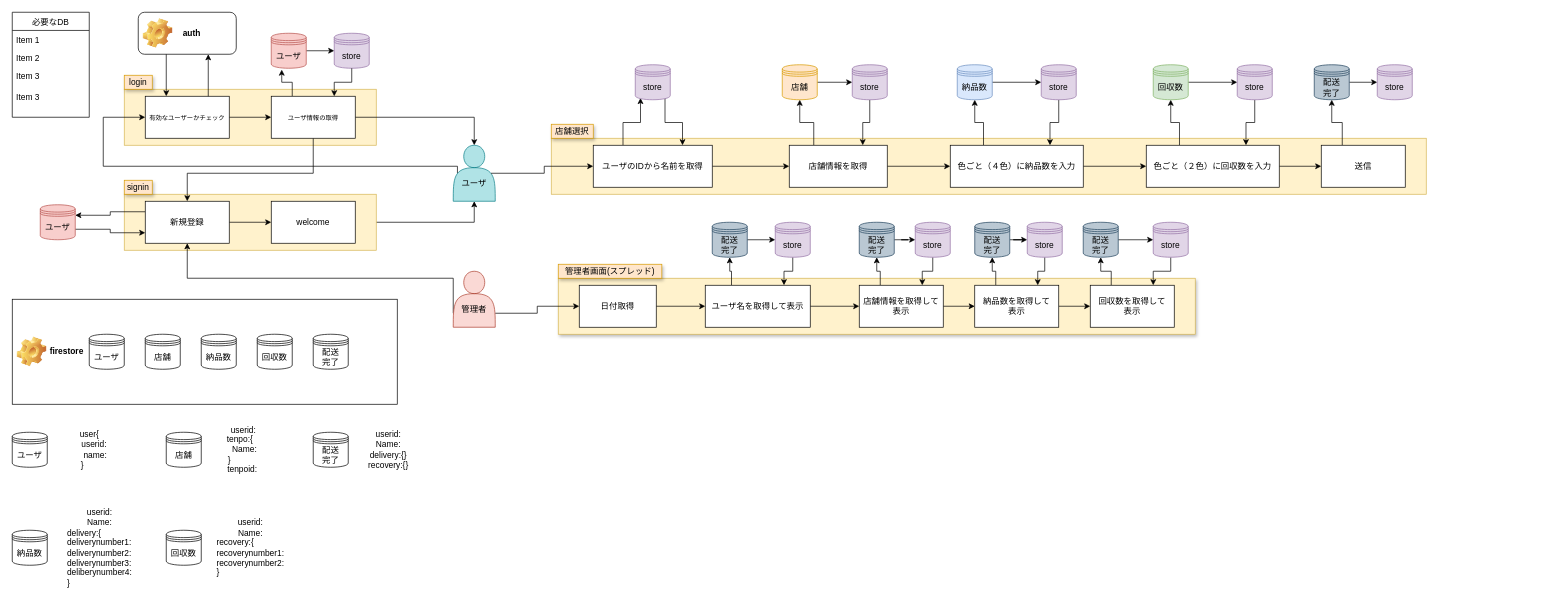
This is 配送webapp.drawio from ryudai-kana/webapp-draw, a draw.io file, before an edit. Source tidied: cells renumbered, new cells numbered last; positions are measured from the earlier drawing's top-left corner, leaving out a move shared by most shapes. Both pictures are drawn from the tidied source at 70%, with x=0, y=0 at pixel (12, 12).
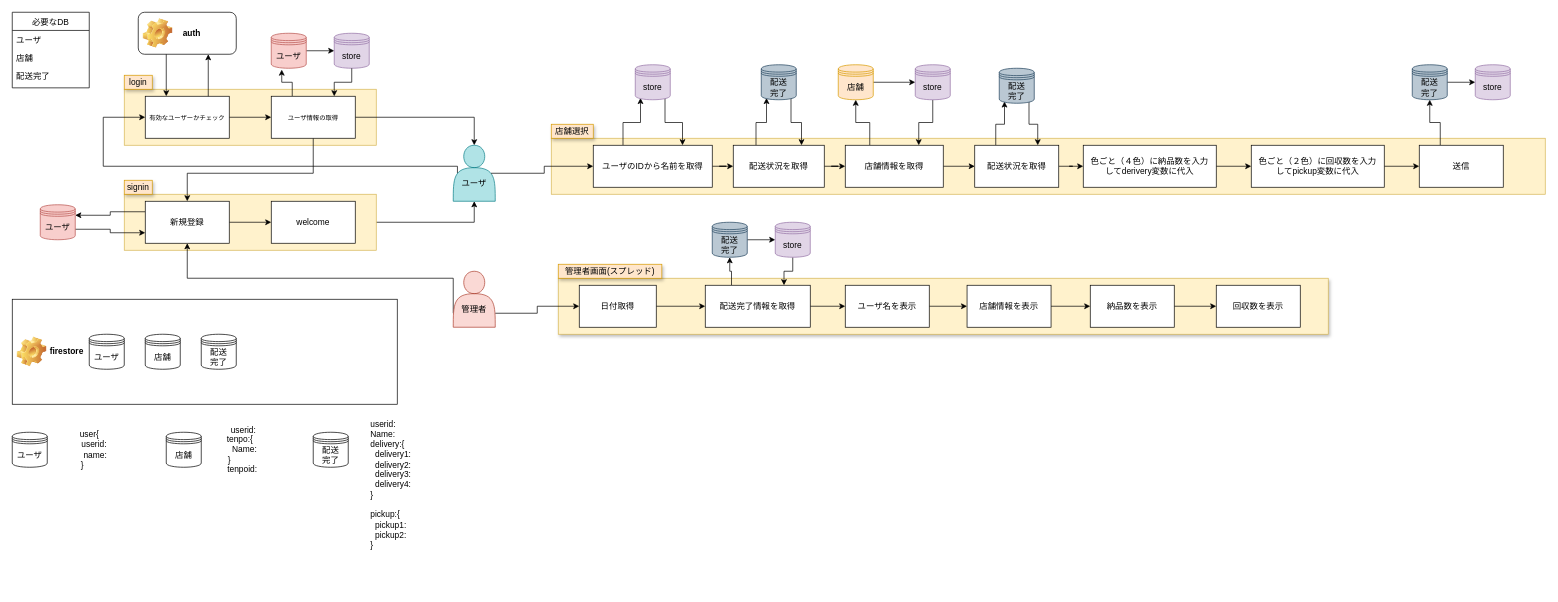
Above is the later version.

Commit message (it also covers changes not shown here):
配送webapp.drawio を更新します

Unchanged cells that the change refers to:
```xml
<mxCell id="37" value="ユーザのIDから名前を取得" style="rounded=0;whiteSpace=wrap;html=1;sketch=0;" parent="1" vertex="1">
  <mxGeometry x="830" y="190" width="170" height="60" as="geometry" />
</mxCell>
```

Change to the diagram source:
```diff
@@
     <mxCell id="9" value="必要なDB" style="swimlane;fontStyle=0;horizontal=1;startSize=26;fillColor=none;" parent="1" vertex="1">
-      <mxGeometry width="110" height="150" as="geometry" />
+      <mxGeometry width="110" height="108" as="geometry" />
     </mxCell>
-    <mxCell id="10" value="Item 1" style="text;strokeColor=none;fillColor=none;align=left;verticalAlign=top;spacingLeft=4;spacingRight=4;overflow=hidden;" parent="9" vertex="1">
+    <mxCell id="10" value="ユーザ" style="text;strokeColor=none;fillColor=none;align=left;verticalAlign=top;spacingLeft=4;spacingRight=4;overflow=hidden;" parent="9" vertex="1">
       <mxGeometry y="26" width="110" height="26" as="geometry" />
     </mxCell>
-    <mxCell id="11" value="Item 2" style="text;strokeColor=none;fillColor=none;align=left;verticalAlign=top;spacingLeft=4;spacingRight=4;overflow=hidden;" parent="9" vertex="1">
+    <mxCell id="11" value="店舗" style="text;strokeColor=none;fillColor=none;align=left;verticalAlign=top;spacingLeft=4;spacingRight=4;overflow=hidden;" parent="9" vertex="1">
       <mxGeometry y="52" width="110" height="26" as="geometry" />
     </mxCell>
-    <mxCell id="12" value="Item 3" style="text;strokeColor=none;fillColor=none;align=left;verticalAlign=top;spacingLeft=4;spacingRight=4;overflow=hidden;" parent="9" vertex="1">
+    <mxCell id="12" value="配送完了" style="text;strokeColor=none;fillColor=none;align=left;verticalAlign=top;spacingLeft=4;spacingRight=4;overflow=hidden;" parent="9" vertex="1">
       <mxGeometry y="78" width="110" height="30" as="geometry" />
     </mxCell>
-    <mxCell id="13" value="Item 3" style="text;strokeColor=none;fillColor=none;align=left;verticalAlign=top;spacingLeft=4;spacingRight=4;overflow=hidden;" parent="9" vertex="1">
-      <mxGeometry y="108" width="110" height="42" as="geometry" />
-    </mxCell>
@@
     <mxCell id="34" style="rounded=0;whiteSpace=wrap;html=1;sketch=0;fillColor=#fff2cc;strokeColor=#d6b656;" parent="1" vertex="1">
-      <mxGeometry x="770" y="180" width="1250" height="80" as="geometry" />
+      <mxGeometry x="770" y="180" width="1420" height="80" as="geometry" />
     </mxCell>
@@
-    <mxCell id="36" style="edgeStyle=orthogonalEdgeStyle;rounded=0;sketch=0;jettySize=auto;html=1;exitX=1;exitY=0.5;exitDx=0;exitDy=0;" parent="1" edge="1" source="37" target="44">
-      <mxGeometry relative="1" as="geometry" />
-    </mxCell>
+    <mxCell id="118" style="edgeStyle=orthogonalEdgeStyle;rounded=0;jettySize=auto;html=1;" parent="1" edge="1" source="37" target="123">
+      <mxGeometry relative="1" as="geometry" />
+    </mxCell>
@@
-    <mxCell id="43" style="edgeStyle=orthogonalEdgeStyle;rounded=0;sketch=0;jettySize=auto;html=1;exitX=1;exitY=0.5;exitDx=0;exitDy=0;entryX=0;entryY=0.5;entryDx=0;entryDy=0;" parent="1" edge="1" source="44" target="56">
-      <mxGeometry relative="1" as="geometry" />
-    </mxCell>
+    <mxCell id="119" style="edgeStyle=orthogonalEdgeStyle;rounded=0;jettySize=auto;html=1;" parent="1" edge="1" source="44" target="128">
+      <mxGeometry relative="1" as="geometry" />
+    </mxCell>
     <mxCell id="44" value="店舗情報を取得" style="rounded=0;whiteSpace=wrap;html=1;sketch=0;" parent="1" vertex="1">
-      <mxGeometry x="1110" y="190" width="140" height="60" as="geometry" />
+      <mxGeometry x="1190" y="190" width="140" height="60" as="geometry" />
     </mxCell>
@@
     <mxCell id="46" value="店舗" style="shape=datastore;whiteSpace=wrap;html=1;fillColor=#ffe6cc;strokeColor=#d79b00;" parent="1" vertex="1">
-      <mxGeometry x="1100" y="75" width="50" height="50" as="geometry" />
+      <mxGeometry x="1180" y="75" width="50" height="50" as="geometry" />
     </mxCell>
@@
     <mxCell id="48" value="store" style="shape=datastore;whiteSpace=wrap;html=1;fillColor=#e1d5e7;strokeColor=#9673a6;" parent="1" vertex="1">
-      <mxGeometry x="1200" y="75" width="50" height="50" as="geometry" />
+      <mxGeometry x="1290" y="75" width="50" height="50" as="geometry" />
     </mxCell>
@@
-    <mxCell id="52" value="納品数" style="shape=datastore;whiteSpace=wrap;html=1;" parent="1" vertex="1">
-      <mxGeometry x="270" y="460" width="50" height="50" as="geometry" />
-    </mxCell>
-    <mxCell id="53" value="回収数" style="shape=datastore;whiteSpace=wrap;html=1;" parent="1" vertex="1">
-      <mxGeometry x="350" y="460" width="50" height="50" as="geometry" />
-    </mxCell>
-    <mxCell id="54" style="edgeStyle=orthogonalEdgeStyle;rounded=0;sketch=0;jettySize=auto;html=1;exitX=0.25;exitY=0;exitDx=0;exitDy=0;entryX=0.5;entryY=1;entryDx=0;entryDy=0;" parent="1" edge="1" source="56" target="58">
-      <mxGeometry relative="1" as="geometry" />
-    </mxCell>
@@
-    <mxCell id="56" value="色ごと（４色）に納品数を入力" style="rounded=0;whiteSpace=wrap;html=1;sketch=0;" parent="1" vertex="1">
-      <mxGeometry x="1340" y="190" width="190" height="60" as="geometry" />
+    <mxCell id="56" value="色ごと（４色）に納品数を入力&lt;br&gt;してderivery変数に代入" style="rounded=0;whiteSpace=wrap;html=1;sketch=0;" parent="1" vertex="1">
+      <mxGeometry x="1530" y="190" width="190" height="60" as="geometry" />
     </mxCell>
-    <mxCell id="57" style="edgeStyle=orthogonalEdgeStyle;rounded=0;sketch=0;jettySize=auto;html=1;exitX=1;exitY=0.5;exitDx=0;exitDy=0;entryX=0;entryY=0.5;entryDx=0;entryDy=0;" parent="1" edge="1" source="58" target="60">
-      <mxGeometry relative="1" as="geometry" />
-    </mxCell>
-    <mxCell id="58" value="納品数" style="shape=datastore;whiteSpace=wrap;html=1;fillColor=#dae8fc;strokeColor=#6c8ebf;" parent="1" vertex="1">
-      <mxGeometry x="1350" y="75" width="50" height="50" as="geometry" />
-    </mxCell>
-    <mxCell id="59" style="edgeStyle=orthogonalEdgeStyle;rounded=0;sketch=0;jettySize=auto;html=1;exitX=0.5;exitY=1;exitDx=0;exitDy=0;entryX=0.75;entryY=0;entryDx=0;entryDy=0;" parent="1" edge="1" source="60" target="56">
-      <mxGeometry relative="1" as="geometry" />
-    </mxCell>
-    <mxCell id="60" value="store" style="shape=datastore;whiteSpace=wrap;html=1;fillColor=#e1d5e7;strokeColor=#9673a6;" parent="1" vertex="1">
-      <mxGeometry x="1470" y="75" width="50" height="50" as="geometry" />
-    </mxCell>
-    <mxCell id="61" style="edgeStyle=orthogonalEdgeStyle;rounded=0;sketch=0;jettySize=auto;html=1;exitX=0.25;exitY=0;exitDx=0;exitDy=0;entryX=0.5;entryY=1;entryDx=0;entryDy=0;" parent="1" edge="1" source="63" target="65">
-      <mxGeometry relative="1" as="geometry" />
-    </mxCell>
@@
-    <mxCell id="63" value="色ごと（２色）に回収数を入力" style="rounded=0;whiteSpace=wrap;html=1;sketch=0;" parent="1" vertex="1">
-      <mxGeometry x="1620" y="190" width="190" height="60" as="geometry" />
+    <mxCell id="63" value="色ごと（２色）に回収数を入力&lt;br&gt;してpickup変数に代入" style="rounded=0;whiteSpace=wrap;html=1;sketch=0;" parent="1" vertex="1">
+      <mxGeometry x="1770" y="190" width="190" height="60" as="geometry" />
     </mxCell>
-    <mxCell id="64" style="edgeStyle=orthogonalEdgeStyle;rounded=0;sketch=0;jettySize=auto;html=1;exitX=1;exitY=0.5;exitDx=0;exitDy=0;entryX=0;entryY=0.5;entryDx=0;entryDy=0;" parent="1" edge="1" source="65" target="67">
-      <mxGeometry relative="1" as="geometry" />
-    </mxCell>
-    <mxCell id="65" value="回収数" style="shape=datastore;whiteSpace=wrap;html=1;fillColor=#d5e8d4;strokeColor=#82b366;" parent="1" vertex="1">
-      <mxGeometry x="1630" y="75" width="50" height="50" as="geometry" />
-    </mxCell>
-    <mxCell id="66" style="edgeStyle=orthogonalEdgeStyle;rounded=0;sketch=0;jettySize=auto;html=1;exitX=0.5;exitY=1;exitDx=0;exitDy=0;entryX=0.75;entryY=0;entryDx=0;entryDy=0;" parent="1" edge="1" source="67" target="63">
-      <mxGeometry relative="1" as="geometry" />
-    </mxCell>
-    <mxCell id="67" value="store" style="shape=datastore;whiteSpace=wrap;html=1;fillColor=#e1d5e7;strokeColor=#9673a6;" parent="1" vertex="1">
-      <mxGeometry x="1750" y="75" width="50" height="50" as="geometry" />
-    </mxCell>
@@
     <mxCell id="69" value="送信" style="rounded=0;whiteSpace=wrap;html=1;sketch=0;" parent="1" vertex="1">
-      <mxGeometry x="1870" y="190" width="120" height="60" as="geometry" />
+      <mxGeometry x="2010" y="190" width="120" height="60" as="geometry" />
     </mxCell>
     <mxCell id="70" style="rounded=0;whiteSpace=wrap;html=1;shadow=1;sketch=0;fillColor=#fff2cc;strokeColor=#d6b656;" parent="1" vertex="1">
-      <mxGeometry x="780" y="380" width="910" height="80" as="geometry" />
+      <mxGeometry x="780" y="380" width="1100" height="80" as="geometry" />
     </mxCell>
@@
-    <mxCell id="73" style="edgeStyle=orthogonalEdgeStyle;rounded=0;sketch=0;jettySize=auto;html=1;exitX=1;exitY=0.5;exitDx=0;exitDy=0;entryX=0;entryY=0.5;entryDx=0;entryDy=0;" parent="1" edge="1" source="75" target="81">
-      <mxGeometry relative="1" as="geometry" />
-    </mxCell>
@@
+    <mxCell id="120" style="edgeStyle=orthogonalEdgeStyle;rounded=0;jettySize=auto;html=1;" parent="1" edge="1" source="75" target="132">
+      <mxGeometry relative="1" as="geometry" />
+    </mxCell>
-    <mxCell id="75" value="ユーザ名を取得して表示" style="rounded=0;whiteSpace=wrap;html=1;shadow=0;sketch=0;" parent="1" vertex="1">
+    <mxCell id="75" value="配送完了情報を取得" style="rounded=0;whiteSpace=wrap;html=1;shadow=0;sketch=0;" parent="1" vertex="1">
       <mxGeometry x="990" y="390" width="150" height="60" as="geometry" />
     </mxCell>
@@
-    <mxCell id="80" style="edgeStyle=orthogonalEdgeStyle;rounded=0;sketch=0;jettySize=auto;html=1;exitX=0.25;exitY=0;exitDx=0;exitDy=0;entryX=0.5;entryY=1;entryDx=0;entryDy=0;" parent="1" edge="1" source="81" target="94">
-      <mxGeometry relative="1" as="geometry" />
-    </mxCell>
-    <mxCell id="81" value="店舗情報を取得して表示" style="rounded=0;whiteSpace=wrap;html=1;shadow=0;sketch=0;" parent="1" vertex="1">
-      <mxGeometry x="1210" y="390" width="120" height="60" as="geometry" />
+    <mxCell id="81" value="店舗情報を表示" style="rounded=0;whiteSpace=wrap;html=1;shadow=0;sketch=0;" parent="1" vertex="1">
+      <mxGeometry x="1364" y="390" width="120" height="60" as="geometry" />
     </mxCell>
@@
-    <mxCell id="84" style="edgeStyle=orthogonalEdgeStyle;rounded=0;sketch=0;jettySize=auto;html=1;exitX=0.25;exitY=0;exitDx=0;exitDy=0;entryX=0.5;entryY=1;entryDx=0;entryDy=0;" parent="1" edge="1" source="85" target="96">
-      <mxGeometry relative="1" as="geometry" />
-    </mxCell>
-    <mxCell id="85" value="納品数を取得して&lt;br&gt;表示" style="rounded=0;whiteSpace=wrap;html=1;shadow=0;sketch=0;" parent="1" vertex="1">
-      <mxGeometry x="1375" y="390" width="120" height="60" as="geometry" />
+    <mxCell id="85" value="納品数を表示" style="rounded=0;whiteSpace=wrap;html=1;shadow=0;sketch=0;" parent="1" vertex="1">
+      <mxGeometry x="1540" y="390" width="120" height="60" as="geometry" />
     </mxCell>
-    <mxCell id="86" style="edgeStyle=orthogonalEdgeStyle;rounded=0;sketch=0;jettySize=auto;html=1;exitX=0.25;exitY=0;exitDx=0;exitDy=0;entryX=0.5;entryY=1;entryDx=0;entryDy=0;" parent="1" edge="1" source="87" target="98">
-      <mxGeometry relative="1" as="geometry" />
-    </mxCell>
-    <mxCell id="87" value="回収数を取得して&lt;br&gt;表示" style="rounded=0;whiteSpace=wrap;html=1;shadow=0;sketch=0;" parent="1" vertex="1">
-      <mxGeometry x="1540" y="390" width="120" height="60" as="geometry" />
+    <mxCell id="87" value="回収数を表示" style="rounded=0;whiteSpace=wrap;html=1;shadow=0;sketch=0;" parent="1" vertex="1">
+      <mxGeometry x="1720" y="390" width="120" height="60" as="geometry" />
     </mxCell>
@@
     <mxCell id="89" value="配送&lt;br&gt;完了" style="shape=datastore;whiteSpace=wrap;html=1;fillColor=#bac8d3;strokeColor=#23445d;" parent="1" vertex="1">
-      <mxGeometry x="1860" y="75" width="50" height="50" as="geometry" />
+      <mxGeometry x="2000" y="75" width="50" height="50" as="geometry" />
     </mxCell>
     <mxCell id="90" value="store" style="shape=datastore;whiteSpace=wrap;html=1;fillColor=#e1d5e7;strokeColor=#9673a6;" parent="1" vertex="1">
-      <mxGeometry x="1950" y="75" width="50" height="50" as="geometry" />
+      <mxGeometry x="2090" y="75" width="50" height="50" as="geometry" />
     </mxCell>
@@
-    <mxCell id="93" style="edgeStyle=orthogonalEdgeStyle;rounded=0;sketch=0;jettySize=auto;html=1;" parent="1" edge="1" source="94" target="104">
-      <mxGeometry relative="1" as="geometry" />
-    </mxCell>
-    <mxCell id="94" value="配送&lt;br&gt;完了" style="shape=datastore;whiteSpace=wrap;html=1;fillColor=#bac8d3;strokeColor=#23445d;" parent="1" vertex="1">
-      <mxGeometry x="1210" y="300" width="50" height="50" as="geometry" />
-    </mxCell>
-    <mxCell id="95" style="edgeStyle=orthogonalEdgeStyle;rounded=0;sketch=0;jettySize=auto;html=1;" parent="1" edge="1" source="96" target="102">
-      <mxGeometry relative="1" as="geometry" />
-    </mxCell>
-    <mxCell id="96" value="配送&lt;br&gt;完了" style="shape=datastore;whiteSpace=wrap;html=1;fillColor=#bac8d3;strokeColor=#23445d;" parent="1" vertex="1">
-      <mxGeometry x="1375" y="300" width="50" height="50" as="geometry" />
-    </mxCell>
-    <mxCell id="97" style="edgeStyle=orthogonalEdgeStyle;rounded=0;sketch=0;jettySize=auto;html=1;" parent="1" edge="1" source="98" target="100">
-      <mxGeometry relative="1" as="geometry" />
-    </mxCell>
-    <mxCell id="98" value="配送&lt;br&gt;完了" style="shape=datastore;whiteSpace=wrap;html=1;fillColor=#bac8d3;strokeColor=#23445d;" parent="1" vertex="1">
-      <mxGeometry x="1530" y="300" width="50" height="50" as="geometry" />
-    </mxCell>
-    <mxCell id="99" style="edgeStyle=orthogonalEdgeStyle;rounded=0;sketch=0;jettySize=auto;html=1;exitX=0.5;exitY=1;exitDx=0;exitDy=0;entryX=0.75;entryY=0;entryDx=0;entryDy=0;" parent="1" edge="1" source="100" target="87">
-      <mxGeometry relative="1" as="geometry" />
-    </mxCell>
-    <mxCell id="100" value="store" style="shape=datastore;whiteSpace=wrap;html=1;fillColor=#e1d5e7;strokeColor=#9673a6;" parent="1" vertex="1">
-      <mxGeometry x="1630" y="300" width="50" height="50" as="geometry" />
-    </mxCell>
-    <mxCell id="101" style="edgeStyle=orthogonalEdgeStyle;rounded=0;sketch=0;jettySize=auto;html=1;exitX=0.5;exitY=1;exitDx=0;exitDy=0;entryX=0.75;entryY=0;entryDx=0;entryDy=0;" parent="1" edge="1" source="102" target="85">
-      <mxGeometry relative="1" as="geometry" />
-    </mxCell>
-    <mxCell id="102" value="store" style="shape=datastore;whiteSpace=wrap;html=1;fillColor=#e1d5e7;strokeColor=#9673a6;" parent="1" vertex="1">
-      <mxGeometry x="1450" y="300" width="50" height="50" as="geometry" />
-    </mxCell>
-    <mxCell id="103" style="edgeStyle=orthogonalEdgeStyle;rounded=0;sketch=0;jettySize=auto;html=1;exitX=0.5;exitY=1;exitDx=0;exitDy=0;entryX=0.75;entryY=0;entryDx=0;entryDy=0;" parent="1" edge="1" source="104" target="81">
-      <mxGeometry relative="1" as="geometry" />
-    </mxCell>
-    <mxCell id="104" value="store" style="shape=datastore;whiteSpace=wrap;html=1;fillColor=#e1d5e7;strokeColor=#9673a6;" parent="1" vertex="1">
-      <mxGeometry x="1290" y="300" width="50" height="50" as="geometry" />
-    </mxCell>
@@
-    <mxCell id="111" value="納品数" style="shape=datastore;whiteSpace=wrap;html=1;" parent="1" vertex="1">
-      <mxGeometry y="740" width="50" height="50" as="geometry" />
-    </mxCell>
-    <mxCell id="112" value="&lt;div&gt;userid:&lt;/div&gt;&lt;div&gt;Name:&lt;/div&gt;&lt;div style=&quot;text-align: left&quot;&gt;delivery:{&lt;/div&gt;&lt;div style=&quot;text-align: left&quot;&gt;deliverynumber1:&lt;/div&gt;&lt;div style=&quot;text-align: left&quot;&gt;deliverynumber2:&lt;/div&gt;&lt;div style=&quot;text-align: left&quot;&gt;deliverynumber3:&lt;/div&gt;&lt;div style=&quot;text-align: left&quot;&gt;deliberynumber4:&lt;/div&gt;&lt;div style=&quot;text-align: left&quot;&gt;}&lt;/div&gt;" style="text;html=1;strokeColor=none;fillColor=none;align=center;verticalAlign=middle;whiteSpace=wrap;rounded=0;shadow=0;sketch=0;" parent="1" vertex="1">
-      <mxGeometry x="70" y="705" width="110" height="120" as="geometry" />
-    </mxCell>
-    <mxCell id="113" value="回収数" style="shape=datastore;whiteSpace=wrap;html=1;" parent="1" vertex="1">
-      <mxGeometry x="220" y="740" width="50" height="50" as="geometry" />
-    </mxCell>
-    <mxCell id="114" value="userid:&lt;br&gt;Name:&lt;br&gt;&lt;div style=&quot;text-align: left&quot;&gt;recovery:{&lt;/div&gt;&lt;div style=&quot;text-align: left&quot;&gt;recoverynumber1:&lt;/div&gt;&lt;div style=&quot;text-align: left&quot;&gt;recoverynumber2:&lt;/div&gt;&lt;div style=&quot;text-align: left&quot;&gt;}&lt;/div&gt;" style="text;html=1;align=center;verticalAlign=middle;" parent="1" vertex="1">
-      <mxGeometry x="285" y="720" width="110" height="90" as="geometry" />
-    </mxCell>
     <mxCell id="115" value="配送&lt;br&gt;完了" style="shape=datastore;whiteSpace=wrap;html=1;" parent="1" vertex="1">
-      <mxGeometry x="430" y="460" width="50" height="50" as="geometry" />
+      <mxGeometry x="270" y="460" width="50" height="50" as="geometry" />
     </mxCell>
@@
-    <mxCell id="117" value="userid:&lt;br&gt;Name:&lt;br&gt;delivery:{}&lt;br&gt;recovery:{}" style="text;html=1;align=center;verticalAlign=middle;" parent="1" vertex="1">
-      <mxGeometry x="502" y="595" width="70" height="60" as="geometry" />
+    <mxCell id="117" value="userid:&lt;br&gt;Name:&lt;br&gt;delivery:{&lt;br&gt;&amp;nbsp; delivery1:&lt;br&gt;&amp;nbsp; delivery2:&lt;br&gt;&amp;nbsp; delivery3:&lt;br&gt;&amp;nbsp; delivery4:&lt;br&gt;}&lt;br&gt;&lt;br&gt;pickup:{&lt;br&gt;&amp;nbsp; pickup1:&lt;br&gt;&amp;nbsp; pickup2:&lt;br&gt;}" style="text;html=1;align=left;verticalAlign=middle;" parent="1" vertex="1">
+      <mxGeometry x="510" y="580" width="70" height="190" as="geometry" />
     </mxCell>
+    <mxCell id="121" style="edgeStyle=orthogonalEdgeStyle;rounded=0;jettySize=auto;html=1;exitX=0.25;exitY=0;exitDx=0;exitDy=0;entryX=0.15;entryY=0.95;entryDx=0;entryDy=0;entryPerimeter=0;" parent="1" edge="1" source="123" target="125">
+      <mxGeometry relative="1" as="geometry" />
+    </mxCell>
+    <mxCell id="122" style="edgeStyle=orthogonalEdgeStyle;rounded=0;jettySize=auto;html=1;" parent="1" edge="1" source="123" target="44">
+      <mxGeometry relative="1" as="geometry" />
+    </mxCell>
+    <mxCell id="123" value="配送状況を取得" style="rounded=0;whiteSpace=wrap;html=1;" parent="1" vertex="1">
+      <mxGeometry x="1030" y="190" width="130" height="60" as="geometry" />
+    </mxCell>
+    <mxCell id="124" style="edgeStyle=orthogonalEdgeStyle;rounded=0;jettySize=auto;html=1;exitX=0.85;exitY=0.95;exitDx=0;exitDy=0;exitPerimeter=0;entryX=0.75;entryY=0;entryDx=0;entryDy=0;" parent="1" edge="1" source="125" target="123">
+      <mxGeometry relative="1" as="geometry" />
+    </mxCell>
+    <mxCell id="125" value="配送&lt;br&gt;完了" style="shape=datastore;whiteSpace=wrap;html=1;fillColor=#bac8d3;strokeColor=#23445d;" parent="1" vertex="1">
+      <mxGeometry x="1070" y="75" width="50" height="50" as="geometry" />
+    </mxCell>
+    <mxCell id="126" style="edgeStyle=orthogonalEdgeStyle;rounded=0;jettySize=auto;html=1;exitX=0.25;exitY=0;exitDx=0;exitDy=0;entryX=0.15;entryY=0.95;entryDx=0;entryDy=0;entryPerimeter=0;" parent="1" edge="1" source="128" target="130">
+      <mxGeometry relative="1" as="geometry" />
+    </mxCell>
+    <mxCell id="127" style="edgeStyle=orthogonalEdgeStyle;rounded=0;jettySize=auto;html=1;" parent="1" edge="1" source="128" target="56">
+      <mxGeometry relative="1" as="geometry" />
+    </mxCell>
+    <mxCell id="128" value="配送状況を取得" style="rounded=0;whiteSpace=wrap;html=1;" parent="1" vertex="1">
+      <mxGeometry x="1375" y="190" width="120" height="60" as="geometry" />
+    </mxCell>
+    <mxCell id="129" style="edgeStyle=orthogonalEdgeStyle;rounded=0;jettySize=auto;html=1;exitX=0.85;exitY=0.95;exitDx=0;exitDy=0;exitPerimeter=0;entryX=0.75;entryY=0;entryDx=0;entryDy=0;" parent="1" edge="1" source="130" target="128">
+      <mxGeometry relative="1" as="geometry" />
+    </mxCell>
+    <mxCell id="130" value="配送&lt;br&gt;完了" style="shape=datastore;whiteSpace=wrap;html=1;fillColor=#bac8d3;strokeColor=#23445d;" parent="1" vertex="1">
+      <mxGeometry x="1410" y="80" width="50" height="50" as="geometry" />
+    </mxCell>
+    <mxCell id="131" style="edgeStyle=orthogonalEdgeStyle;rounded=0;jettySize=auto;html=1;" parent="1" edge="1" source="132" target="81">
+      <mxGeometry relative="1" as="geometry" />
+    </mxCell>
+    <mxCell id="132" value="ユーザ名を表示" style="whiteSpace=wrap;html=1;" parent="1" vertex="1">
+      <mxGeometry x="1190" y="390" width="120" height="60" as="geometry" />
+    </mxCell>
```
